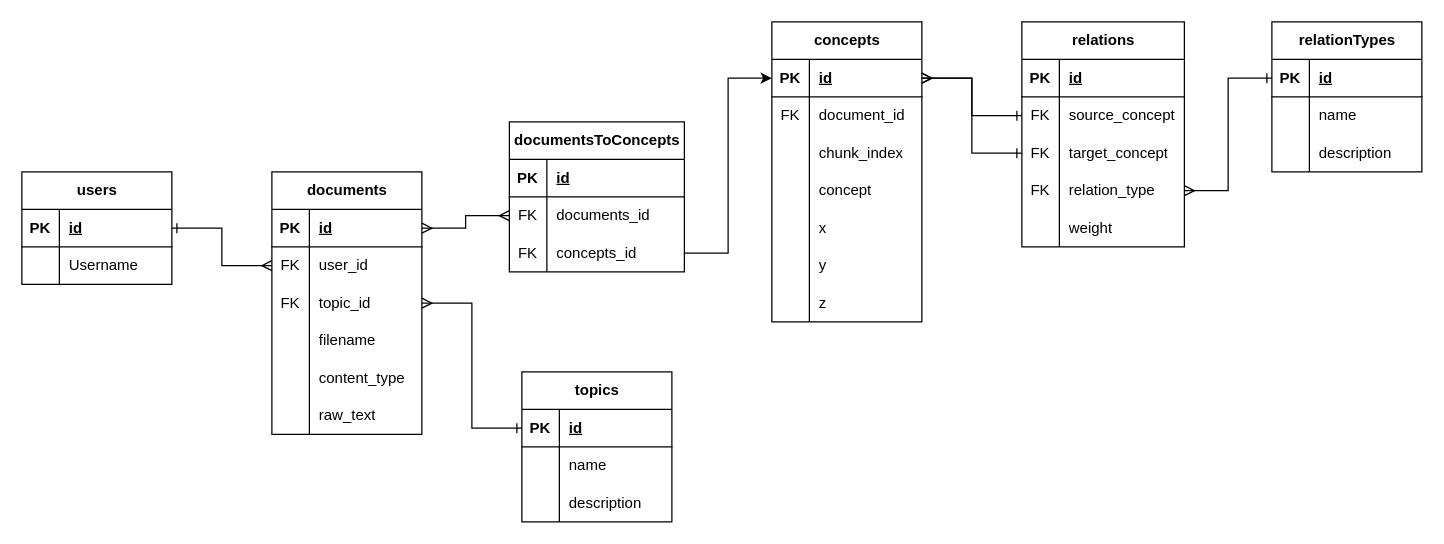
Above: misc/Database Diagram.drawio in gerardlke/Project-Onion (draw.io), before the change. Source tidied: cells renumbered, new cells numbered last; positions are measured from the earlier drawing's top-left corner, leaving out a move shared by most shapes. Both pictures are drawn from the tidied source at 125%, with x=0, y=0 at pixel (21, 21).
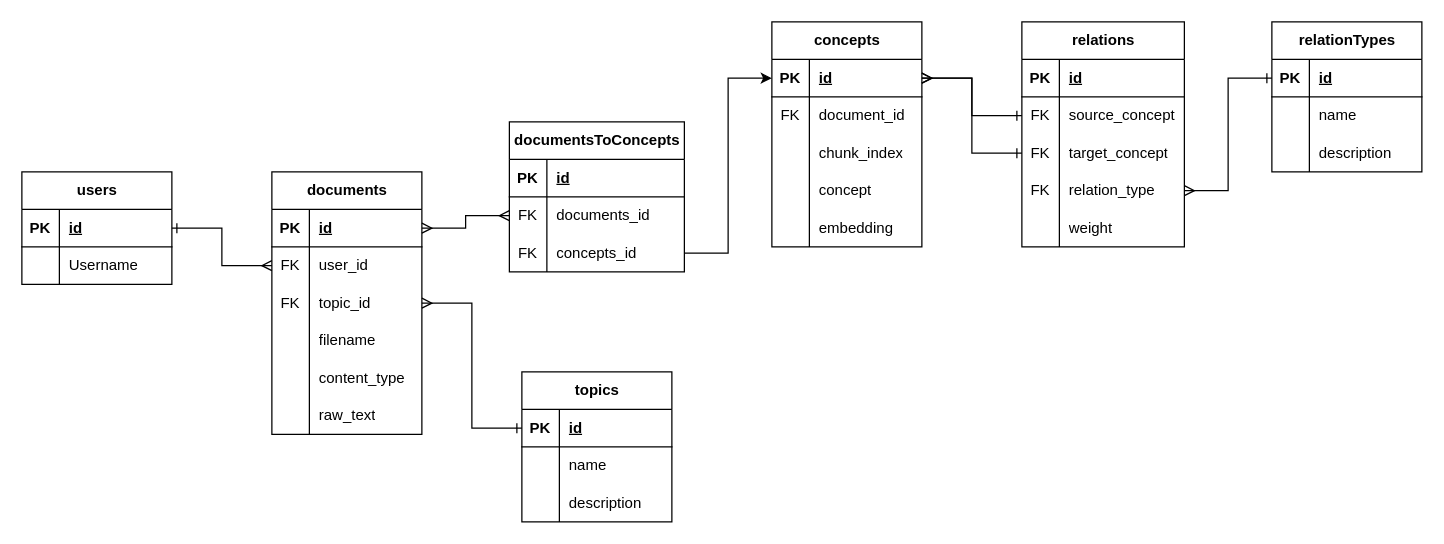
Above is the later version.

Commit message (it also covers changes not shown here):
updated database schema + postgres image to support pgvector embeddings instead of hardcoded 3d coordinates

The change refers to these unchanged cells:
```xml
<mxCell id="42" style="shape=tableRow;horizontal=0;startSize=0;swimlaneHead=0;swimlaneBody=0;fillColor=none;top=0;left=0;right=0;bottom=0;" parent="29" vertex="1">
  <mxGeometry y="150" width="120" height="30" as="geometry" />
</mxCell>
```

The edit, as a diff of the source:
```diff
@@
     <mxCell id="29" value="concepts" style="shape=table;startSize=30;childLayout=tableLayout;rowLines=0;fontStyle=1;align=center;html=1;" parent="1" vertex="1">
-      <mxGeometry x="600" width="120" height="240" as="geometry" />
+      <mxGeometry x="600" width="120" height="180" as="geometry" />
     </mxCell>
@@
-    <mxCell id="44" value="x" style="shape=partialRectangle;fillColor=none;top=0;left=0;bottom=0;right=0;align=left;spacingLeft=6;overflow=hidden;whiteSpace=wrap;html=1;" parent="42" vertex="1">
+    <mxCell id="44" value="embedding" style="shape=partialRectangle;fillColor=none;top=0;left=0;bottom=0;right=0;align=left;spacingLeft=6;overflow=hidden;whiteSpace=wrap;html=1;" parent="42" vertex="1">
       <mxGeometry x="30" width="90" height="30" as="geometry" />
     </mxCell>
-    <mxCell id="45" style="shape=tableRow;horizontal=0;startSize=0;swimlaneHead=0;swimlaneBody=0;fillColor=none;top=0;left=0;right=0;bottom=0;" parent="29" vertex="1">
-      <mxGeometry y="180" width="120" height="30" as="geometry" />
-    </mxCell>
-    <mxCell id="46" style="shape=partialRectangle;fillColor=none;top=0;left=0;bottom=0;right=0;overflow=hidden;whiteSpace=wrap;html=1;" parent="45" vertex="1">
-      <mxGeometry width="30" height="30" as="geometry" />
-    </mxCell>
-    <mxCell id="47" value="y" style="shape=partialRectangle;fillColor=none;top=0;left=0;bottom=0;right=0;align=left;spacingLeft=6;overflow=hidden;whiteSpace=wrap;html=1;" parent="45" vertex="1">
-      <mxGeometry x="30" width="90" height="30" as="geometry" />
-    </mxCell>
-    <mxCell id="48" style="shape=tableRow;horizontal=0;startSize=0;swimlaneHead=0;swimlaneBody=0;fillColor=none;top=0;left=0;right=0;bottom=0;" parent="29" vertex="1">
-      <mxGeometry y="210" width="120" height="30" as="geometry" />
-    </mxCell>
-    <mxCell id="49" style="shape=partialRectangle;fillColor=none;top=0;left=0;bottom=0;right=0;overflow=hidden;whiteSpace=wrap;html=1;" parent="48" vertex="1">
-      <mxGeometry width="30" height="30" as="geometry" />
-    </mxCell>
-    <mxCell id="50" value="z" style="shape=partialRectangle;fillColor=none;top=0;left=0;bottom=0;right=0;align=left;spacingLeft=6;overflow=hidden;whiteSpace=wrap;html=1;" parent="48" vertex="1">
-      <mxGeometry x="30" width="90" height="30" as="geometry" />
-    </mxCell>
```
